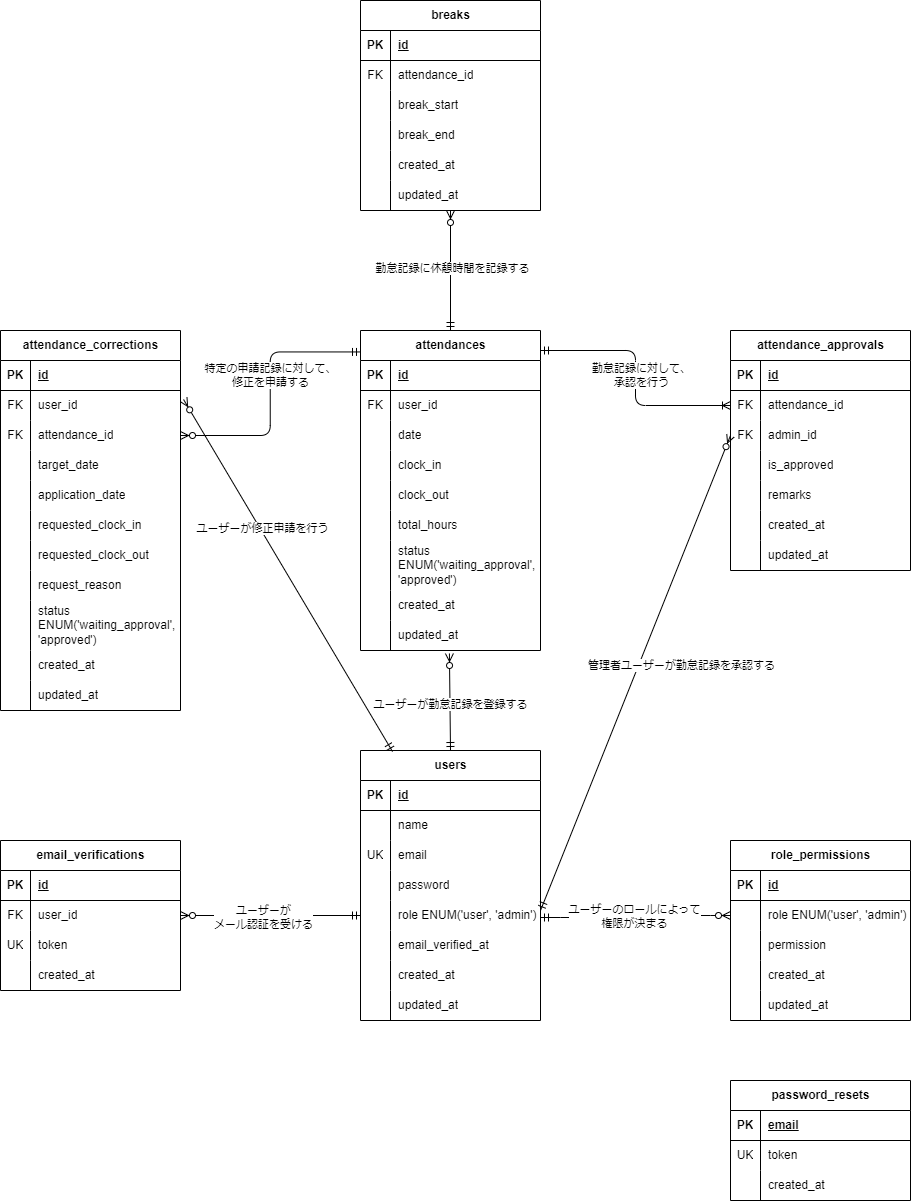
Earlier version of the draw.io export ER.drawio.png (shimodum/mockcase-attendance). Source tidied: cells renumbered, new cells last; positions are measured from the earlier drawing's top-left corner, leaving out a move shared by most shapes.
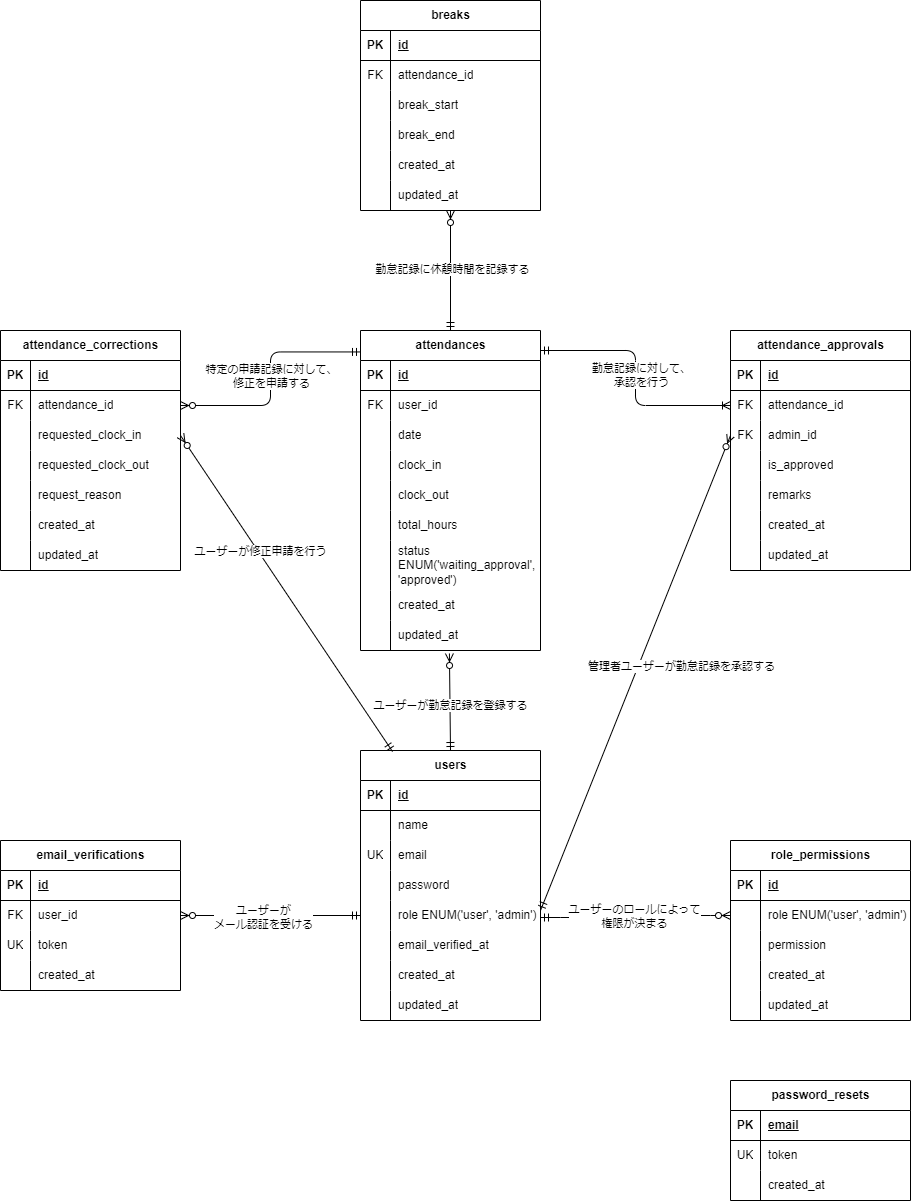
After the commit.

The edit, as a diff of the source:
```diff
@@ -60,7 +60,7 @@
       <mxGeometry x="30" width="150" height="30" as="geometry" />
     </mxCell>
     <mxCell id="21" value="attendance_corrections" style="shape=table;startSize=30;rowLines=0;fontStyle=1;align=center;html=1;" parent="1" vertex="1">
-      <mxGeometry y="330" width="180" height="380" as="geometry" />
+      <mxGeometry y="330" width="180" height="240" as="geometry" />
     </mxCell>
     <mxCell id="22" style="shape=tableRow;horizontal=0;startSize=0;swimlaneHead=0;swimlaneBody=0;fillColor=none;top=0;left=0;right=0;bottom=1;" parent="21" vertex="1">
       <mxGeometry y="30" width="180" height="30" as="geometry" />
@@ -71,17 +71,8 @@
     <mxCell id="24" value="id" style="shape=partialRectangle;fillColor=none;top=0;left=0;bottom=0;right=0;align=left;spacingLeft=6;fontStyle=5;overflow=hidden;whiteSpace=wrap;html=1;" parent="22" vertex="1">
       <mxGeometry x="30" width="150" height="30" as="geometry" />
     </mxCell>
-    <mxCell id="25" style="shape=tableRow;horizontal=0;startSize=0;swimlaneHead=0;swimlaneBody=0;fillColor=none;points=[[0,0.5],[1,0.5]];portConstraint=eastwest;top=0;left=0;right=0;bottom=0;" parent="21" vertex="1">
-      <mxGeometry y="60" width="180" height="30" as="geometry" />
-    </mxCell>
-    <mxCell id="26" value="FK" style="shape=partialRectangle;fillColor=none;top=0;left=0;bottom=0;right=0;overflow=hidden;whiteSpace=wrap;html=1;" parent="25" vertex="1">
-      <mxGeometry width="30" height="30" as="geometry" />
-    </mxCell>
-    <mxCell id="27" value="user_id" style="shape=partialRectangle;fillColor=none;top=0;left=0;bottom=0;right=0;align=left;spacingLeft=6;overflow=hidden;whiteSpace=wrap;html=1;" parent="25" vertex="1">
-      <mxGeometry x="30" width="150" height="30" as="geometry" />
-    </mxCell>
     <mxCell id="28" style="shape=tableRow;horizontal=0;startSize=0;swimlaneHead=0;swimlaneBody=0;fillColor=none;points=[[0,0.5],[1,0.5]];portConstraint=eastwest;top=0;left=0;right=0;bottom=0;" parent="21" vertex="1">
-      <mxGeometry y="90" width="180" height="30" as="geometry" />
+      <mxGeometry y="60" width="180" height="30" as="geometry" />
     </mxCell>
     <mxCell id="29" value="FK" style="shape=partialRectangle;fillColor=none;top=0;left=0;bottom=0;right=0;overflow=hidden;whiteSpace=wrap;html=1;" parent="28" vertex="1">
       <mxGeometry width="30" height="30" as="geometry" />
@@ -89,26 +80,8 @@
     <mxCell id="30" value="attendance_id" style="shape=partialRectangle;fillColor=none;top=0;left=0;bottom=0;right=0;align=left;spacingLeft=6;overflow=hidden;whiteSpace=wrap;html=1;" parent="28" vertex="1">
       <mxGeometry x="30" width="150" height="30" as="geometry" />
     </mxCell>
-    <mxCell id="31" style="shape=tableRow;horizontal=0;startSize=0;swimlaneHead=0;swimlaneBody=0;fillColor=none;top=0;left=0;right=0;bottom=0;" parent="21" vertex="1">
-      <mxGeometry y="120" width="180" height="30" as="geometry" />
-    </mxCell>
-    <mxCell id="32" style="shape=partialRectangle;fillColor=none;top=0;left=0;bottom=0;right=0;overflow=hidden;whiteSpace=wrap;html=1;" parent="31" vertex="1">
-      <mxGeometry width="30" height="30" as="geometry" />
-    </mxCell>
-    <mxCell id="33" value="target_date" style="shape=partialRectangle;fillColor=none;top=0;left=0;bottom=0;right=0;align=left;spacingLeft=6;overflow=hidden;whiteSpace=wrap;html=1;" parent="31" vertex="1">
-      <mxGeometry x="30" width="150" height="30" as="geometry" />
-    </mxCell>
-    <mxCell id="34" style="shape=tableRow;horizontal=0;startSize=0;swimlaneHead=0;swimlaneBody=0;fillColor=none;top=0;left=0;right=0;bottom=0;" parent="21" vertex="1">
-      <mxGeometry y="150" width="180" height="30" as="geometry" />
-    </mxCell>
-    <mxCell id="35" style="shape=partialRectangle;fillColor=none;top=0;left=0;bottom=0;right=0;overflow=hidden;whiteSpace=wrap;html=1;" parent="34" vertex="1">
-      <mxGeometry width="30" height="30" as="geometry" />
-    </mxCell>
-    <mxCell id="36" value="application_date" style="shape=partialRectangle;fillColor=none;top=0;left=0;bottom=0;right=0;align=left;spacingLeft=6;overflow=hidden;whiteSpace=wrap;html=1;" parent="34" vertex="1">
-      <mxGeometry x="30" width="150" height="30" as="geometry" />
-    </mxCell>
     <mxCell id="37" style="shape=tableRow;horizontal=0;startSize=0;swimlaneHead=0;swimlaneBody=0;fillColor=none;points=[[0,0.5],[1,0.5]];portConstraint=eastwest;top=0;left=0;right=0;bottom=0;" parent="21" vertex="1">
-      <mxGeometry y="180" width="180" height="30" as="geometry" />
+      <mxGeometry y="90" width="180" height="30" as="geometry" />
     </mxCell>
     <mxCell id="38" style="shape=partialRectangle;fillColor=none;top=0;left=0;bottom=0;right=0;overflow=hidden;whiteSpace=wrap;html=1;" parent="37" vertex="1">
       <mxGeometry width="30" height="30" as="geometry" />
@@ -117,7 +90,7 @@
       <mxGeometry x="30" width="150" height="30" as="geometry" />
     </mxCell>
     <mxCell id="40" style="shape=tableRow;horizontal=0;startSize=0;swimlaneHead=0;swimlaneBody=0;fillColor=none;top=0;left=0;right=0;bottom=0;" parent="21" vertex="1">
-      <mxGeometry y="210" width="180" height="30" as="geometry" />
+      <mxGeometry y="120" width="180" height="30" as="geometry" />
     </mxCell>
     <mxCell id="41" style="shape=partialRectangle;fillColor=none;top=0;left=0;bottom=0;right=0;overflow=hidden;whiteSpace=wrap;html=1;" parent="40" vertex="1">
       <mxGeometry width="30" height="30" as="geometry" />
@@ -126,7 +99,7 @@
       <mxGeometry x="30" width="150" height="30" as="geometry" />
     </mxCell>
     <mxCell id="43" style="shape=tableRow;horizontal=0;startSize=0;swimlaneHead=0;swimlaneBody=0;fillColor=none;top=0;left=0;right=0;bottom=0;" parent="21" vertex="1">
-      <mxGeometry y="240" width="180" height="30" as="geometry" />
+      <mxGeometry y="150" width="180" height="30" as="geometry" />
     </mxCell>
     <mxCell id="44" style="shape=partialRectangle;fillColor=none;top=0;left=0;bottom=0;right=0;overflow=hidden;whiteSpace=wrap;html=1;" parent="43" vertex="1">
       <mxGeometry width="30" height="30" as="geometry" />
@@ -134,17 +107,8 @@
     <mxCell id="45" value="request_reason" style="shape=partialRectangle;fillColor=none;top=0;left=0;bottom=0;right=0;align=left;spacingLeft=6;overflow=hidden;whiteSpace=wrap;html=1;" parent="43" vertex="1">
       <mxGeometry x="30" width="150" height="30" as="geometry" />
     </mxCell>
-    <mxCell id="46" style="shape=tableRow;horizontal=0;startSize=0;swimlaneHead=0;swimlaneBody=0;fillColor=none;top=0;left=0;right=0;bottom=0;" parent="21" vertex="1">
-      <mxGeometry y="270" width="180" height="50" as="geometry" />
-    </mxCell>
-    <mxCell id="47" style="shape=partialRectangle;fillColor=none;top=0;left=0;bottom=0;right=0;overflow=hidden;whiteSpace=wrap;html=1;" parent="46" vertex="1">
-      <mxGeometry width="30" height="50" as="geometry" />
-    </mxCell>
-    <mxCell id="48" value="status ENUM('waiting_approval', 'approved')" style="shape=partialRectangle;fillColor=none;top=0;left=0;bottom=0;right=0;align=left;spacingLeft=6;overflow=hidden;whiteSpace=wrap;html=1;" parent="46" vertex="1">
-      <mxGeometry x="30" width="150" height="50" as="geometry" />
-    </mxCell>
     <mxCell id="49" style="shape=tableRow;horizontal=0;startSize=0;swimlaneHead=0;swimlaneBody=0;fillColor=none;top=0;left=0;right=0;bottom=0;" parent="21" vertex="1">
-      <mxGeometry y="320" width="180" height="30" as="geometry" />
+      <mxGeometry y="180" width="180" height="30" as="geometry" />
     </mxCell>
     <mxCell id="50" style="shape=partialRectangle;fillColor=none;top=0;left=0;bottom=0;right=0;overflow=hidden;whiteSpace=wrap;html=1;" parent="49" vertex="1">
       <mxGeometry width="30" height="30" as="geometry" />
@@ -153,7 +117,7 @@
       <mxGeometry x="30" width="150" height="30" as="geometry" />
     </mxCell>
     <mxCell id="52" style="shape=tableRow;horizontal=0;startSize=0;swimlaneHead=0;swimlaneBody=0;fillColor=none;top=0;left=0;right=0;bottom=0;" parent="21" vertex="1">
-      <mxGeometry y="350" width="180" height="30" as="geometry" />
+      <mxGeometry y="210" width="180" height="30" as="geometry" />
     </mxCell>
     <mxCell id="53" style="shape=partialRectangle;fillColor=none;top=0;left=0;bottom=0;right=0;overflow=hidden;whiteSpace=wrap;html=1;" parent="52" vertex="1">
       <mxGeometry width="30" height="30" as="geometry" />
@@ -509,7 +473,7 @@
     <mxCell id="170" value="ユーザーが勤怠記録を登録する" style="edgeLabel;html=1;align=center;verticalAlign=middle;" parent="169" vertex="1">
       <mxGeometry x="-0.05" relative="1" as="geometry" />
     </mxCell>
-    <mxCell id="171" style="fontSize=12;html=1;endArrow=ERzeroToMany;startArrow=ERmandOne;entryX=1.017;entryY=0.3;entryDx=0;entryDy=0;entryPerimeter=0;exitX=0.178;exitY=0.004;exitDx=0;exitDy=0;exitPerimeter=0;" parent="1" edge="1" source="65" target="25">
+    <mxCell id="171" style="fontSize=12;html=1;endArrow=ERzeroToMany;startArrow=ERmandOne;entryX=1;entryY=0.5;entryDx=0;entryDy=0;exitX=0.178;exitY=0.004;exitDx=0;exitDy=0;exitPerimeter=0;" parent="1" edge="1" source="65" target="37">
       <mxGeometry relative="1" as="geometry" />
     </mxCell>
     <mxCell id="172" value="ユーザーが修正申請を行う" style="edgeLabel;html=1;align=center;verticalAlign=middle;" parent="171" vertex="1">
@@ -556,8 +520,10 @@
     <mxCell id="181" style="fontSize=12;html=1;endArrow=ERzeroToMany;startArrow=ERmandOne;edgeStyle=elbowEdgeStyle;exitX=0;exitY=0.067;exitDx=0;exitDy=0;exitPerimeter=0;entryX=1;entryY=0.5;entryDx=0;entryDy=0;" parent="1" edge="1" source="106" target="28">
       <mxGeometry relative="1" as="geometry" />
     </mxCell>
-    <mxCell id="182" value="特定の申請記録に対して、&lt;div&gt;修正を申請する&lt;/div&gt;" style="edgeLabel;html=1;align=center;verticalAlign=middle;" parent="181" vertex="1">
-      <mxGeometry x="-0.14" relative="1" as="geometry" />
+    <mxCell id="182" value="特定の申請記録に対して、&lt;div&gt;修正を申請する&lt;/div&gt;" style="edgeLabel;html=1;align=center;verticalAlign=middle;fillColor=#FF3333;" parent="181" vertex="1">
+      <mxGeometry x="-0.14" relative="1" as="geometry">
+        <mxPoint y="14" as="offset" />
+      </mxGeometry>
     </mxCell>
     <mxCell id="183" style="edgeStyle=elbowEdgeStyle;fontSize=12;html=1;endArrow=ERoneToMany;startArrow=ERmandOne;entryX=0;entryY=0.5;entryDx=0;entryDy=0;" parent="1" edge="1" target="138">
       <mxGeometry relative="1" as="geometry">
```
